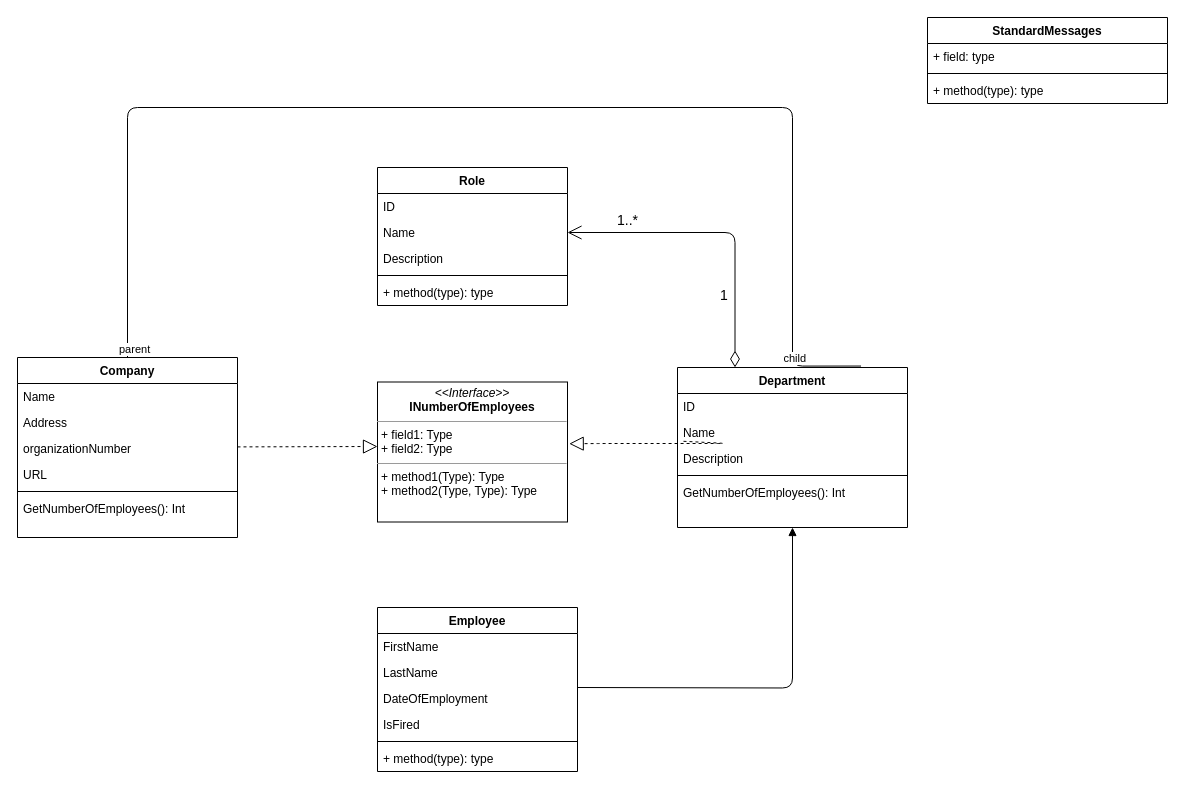
Before: laboration_3/DICE.drawio in philipsinnott/gik2f7_laborationer, a draw.io diagram. Source tidied: cells renumbered, new cells numbered last; positions are measured from the earlier drawing's top-left corner, leaving out a move shared by most shapes. Both pictures are drawn from the tidied source at 100%, with x=0, y=0 at pixel (17, 17).
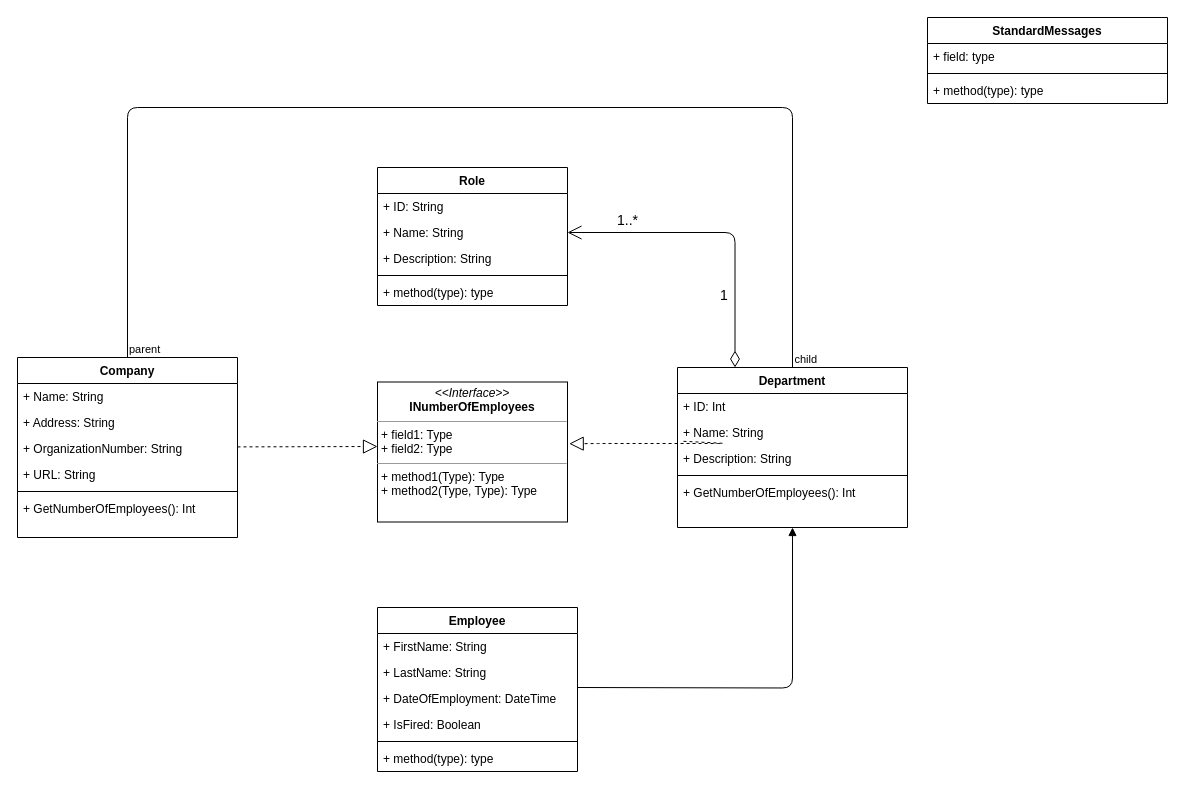
Above is the later version.

Commit message:
Added data types + made all props and methods public as of now

Unchanged cells that the change refers to:
```xml
<mxCell id="2" value="Employee" style="swimlane;fontStyle=1;align=center;verticalAlign=top;horizontal=1;startSize=26;" parent="1" vertex="1">
  <mxGeometry x="360" y="590" width="200" height="164" as="geometry" />
</mxCell>
<mxCell id="9" value="Department&#10;" style="swimlane;fontStyle=1;align=center;verticalAlign=top;horizontal=1;startSize=26;" parent="1" vertex="1">
  <mxGeometry x="660" y="350" width="230" height="160" as="geometry" />
</mxCell>
<mxCell id="15" value="Company" style="swimlane;fontStyle=1;align=center;verticalAlign=top;horizontal=1;startSize=26;" parent="1" vertex="1">
  <mxGeometry y="340" width="220" height="180" as="geometry" />
</mxCell>
<mxCell id="23" value="Role" style="swimlane;fontStyle=1;align=center;verticalAlign=top;horizontal=1;startSize=26;" parent="1" vertex="1">
  <mxGeometry x="360" y="150" width="190" height="138" as="geometry" />
</mxCell>
```

What changed in the source:
```diff
@@
-    <mxCell id="3" value="FirstName" style="text;strokeColor=none;fillColor=none;align=left;verticalAlign=top;spacingLeft=4;spacingRight=4;overflow=hidden;" parent="2" vertex="1">
+    <mxCell id="3" value="+ FirstName: String" style="text;strokeColor=none;fillColor=none;align=left;verticalAlign=top;spacingLeft=4;spacingRight=4;overflow=hidden;" parent="2" vertex="1">
       <mxGeometry y="26" width="200" height="26" as="geometry" />
     </mxCell>
-    <mxCell id="4" value="LastName" style="text;strokeColor=none;fillColor=none;align=left;verticalAlign=top;spacingLeft=4;spacingRight=4;overflow=hidden;" parent="2" vertex="1">
+    <mxCell id="4" value="+ LastName: String" style="text;strokeColor=none;fillColor=none;align=left;verticalAlign=top;spacingLeft=4;spacingRight=4;overflow=hidden;" parent="2" vertex="1">
       <mxGeometry y="52" width="200" height="26" as="geometry" />
     </mxCell>
-    <mxCell id="5" value="DateOfEmployment" style="text;strokeColor=none;fillColor=none;align=left;verticalAlign=top;spacingLeft=4;spacingRight=4;overflow=hidden;" parent="2" vertex="1">
+    <mxCell id="5" value="+ DateOfEmployment: DateTime" style="text;strokeColor=none;fillColor=none;align=left;verticalAlign=top;spacingLeft=4;spacingRight=4;overflow=hidden;" parent="2" vertex="1">
       <mxGeometry y="78" width="200" height="26" as="geometry" />
     </mxCell>
-    <mxCell id="6" value="IsFired" style="text;strokeColor=none;fillColor=none;align=left;verticalAlign=top;spacingLeft=4;spacingRight=4;overflow=hidden;" parent="2" vertex="1">
+    <mxCell id="6" value="+ IsFired: Boolean" style="text;strokeColor=none;fillColor=none;align=left;verticalAlign=top;spacingLeft=4;spacingRight=4;overflow=hidden;" parent="2" vertex="1">
       <mxGeometry y="104" width="200" height="26" as="geometry" />
     </mxCell>
@@
-    <mxCell id="10" value="ID" style="text;strokeColor=none;fillColor=none;align=left;verticalAlign=top;spacingLeft=4;spacingRight=4;overflow=hidden;" parent="9" vertex="1">
+    <mxCell id="10" value="+ ID: Int" style="text;strokeColor=none;fillColor=none;align=left;verticalAlign=top;spacingLeft=4;spacingRight=4;overflow=hidden;" parent="9" vertex="1">
       <mxGeometry y="26" width="230" height="26" as="geometry" />
     </mxCell>
-    <mxCell id="11" value="Name" style="text;strokeColor=none;fillColor=none;align=left;verticalAlign=top;spacingLeft=4;spacingRight=4;overflow=hidden;" parent="9" vertex="1">
+    <mxCell id="11" value="+ Name: String" style="text;strokeColor=none;fillColor=none;align=left;verticalAlign=top;spacingLeft=4;spacingRight=4;overflow=hidden;" parent="9" vertex="1">
       <mxGeometry y="52" width="230" height="26" as="geometry" />
     </mxCell>
-    <mxCell id="12" value="Description" style="text;strokeColor=none;fillColor=none;align=left;verticalAlign=top;spacingLeft=4;spacingRight=4;overflow=hidden;points=[[0,0.5],[1,0.5]];portConstraint=eastwest;" parent="9" vertex="1">
+    <mxCell id="12" value="+ Description: String" style="text;strokeColor=none;fillColor=none;align=left;verticalAlign=top;spacingLeft=4;spacingRight=4;overflow=hidden;points=[[0,0.5],[1,0.5]];portConstraint=eastwest;" parent="9" vertex="1">
       <mxGeometry y="78" width="230" height="26" as="geometry" />
     </mxCell>
@@
-    <mxCell id="14" value="GetNumberOfEmployees(): Int" style="text;strokeColor=none;fillColor=none;align=left;verticalAlign=top;spacingLeft=4;spacingRight=4;overflow=hidden;" parent="9" vertex="1">
+    <mxCell id="14" value="+ GetNumberOfEmployees(): Int" style="text;strokeColor=none;fillColor=none;align=left;verticalAlign=top;spacingLeft=4;spacingRight=4;overflow=hidden;" parent="9" vertex="1">
       <mxGeometry y="112" width="230" height="48" as="geometry" />
     </mxCell>
@@
-    <mxCell id="16" value="Name&#10;" style="text;strokeColor=none;fillColor=none;align=left;verticalAlign=top;spacingLeft=4;spacingRight=4;overflow=hidden;" parent="15" vertex="1">
+    <mxCell id="16" value="+ Name: String&#10;" style="text;strokeColor=none;fillColor=none;align=left;verticalAlign=top;spacingLeft=4;spacingRight=4;overflow=hidden;" parent="15" vertex="1">
       <mxGeometry y="26" width="220" height="26" as="geometry" />
     </mxCell>
-    <mxCell id="17" value="Address" style="text;strokeColor=none;fillColor=none;align=left;verticalAlign=top;spacingLeft=4;spacingRight=4;overflow=hidden;" parent="15" vertex="1">
+    <mxCell id="17" value="+ Address: String" style="text;strokeColor=none;fillColor=none;align=left;verticalAlign=top;spacingLeft=4;spacingRight=4;overflow=hidden;" parent="15" vertex="1">
       <mxGeometry y="52" width="220" height="26" as="geometry" />
     </mxCell>
-    <mxCell id="18" value="organizationNumber" style="text;strokeColor=none;fillColor=none;align=left;verticalAlign=top;spacingLeft=4;spacingRight=4;overflow=hidden;" parent="15" vertex="1">
+    <mxCell id="18" value="+ OrganizationNumber: String" style="text;strokeColor=none;fillColor=none;align=left;verticalAlign=top;spacingLeft=4;spacingRight=4;overflow=hidden;" parent="15" vertex="1">
       <mxGeometry y="78" width="220" height="26" as="geometry" />
     </mxCell>
-    <mxCell id="19" value="URL" style="text;strokeColor=none;fillColor=none;align=left;verticalAlign=top;spacingLeft=4;spacingRight=4;overflow=hidden;" parent="15" vertex="1">
+    <mxCell id="19" value="+ URL: String" style="text;strokeColor=none;fillColor=none;align=left;verticalAlign=top;spacingLeft=4;spacingRight=4;overflow=hidden;" parent="15" vertex="1">
       <mxGeometry y="104" width="220" height="26" as="geometry" />
     </mxCell>
@@
-    <mxCell id="21" value="GetNumberOfEmployees(): Int" style="text;strokeColor=none;fillColor=none;align=left;verticalAlign=top;spacingLeft=4;spacingRight=4;overflow=hidden;" parent="15" vertex="1">
+    <mxCell id="21" value="+ GetNumberOfEmployees(): Int" style="text;strokeColor=none;fillColor=none;align=left;verticalAlign=top;spacingLeft=4;spacingRight=4;overflow=hidden;" parent="15" vertex="1">
       <mxGeometry y="138" width="220" height="42" as="geometry" />
     </mxCell>
@@
-    <mxCell id="24" value="ID" style="text;strokeColor=none;fillColor=none;align=left;verticalAlign=top;spacingLeft=4;spacingRight=4;overflow=hidden;" parent="23" vertex="1">
+    <mxCell id="24" value="+ ID: String" style="text;strokeColor=none;fillColor=none;align=left;verticalAlign=top;spacingLeft=4;spacingRight=4;overflow=hidden;" parent="23" vertex="1">
       <mxGeometry y="26" width="190" height="26" as="geometry" />
     </mxCell>
-    <mxCell id="25" value="Name" style="text;strokeColor=none;fillColor=none;align=left;verticalAlign=top;spacingLeft=4;spacingRight=4;overflow=hidden;points=[[0,0.5],[1,0.5]];portConstraint=eastwest;" parent="23" vertex="1">
+    <mxCell id="25" value="+ Name: String" style="text;strokeColor=none;fillColor=none;align=left;verticalAlign=top;spacingLeft=4;spacingRight=4;overflow=hidden;points=[[0,0.5],[1,0.5]];portConstraint=eastwest;" parent="23" vertex="1">
       <mxGeometry y="52" width="190" height="26" as="geometry" />
     </mxCell>
-    <mxCell id="26" value="Description" style="text;strokeColor=none;fillColor=none;align=left;verticalAlign=top;spacingLeft=4;spacingRight=4;overflow=hidden;" parent="23" vertex="1">
+    <mxCell id="26" value="+ Description: String" style="text;strokeColor=none;fillColor=none;align=left;verticalAlign=top;spacingLeft=4;spacingRight=4;overflow=hidden;" parent="23" vertex="1">
       <mxGeometry y="78" width="190" height="26" as="geometry" />
     </mxCell>
@@
-    <mxCell id="35" style="endArrow=none;html=1;edgeStyle=orthogonalEdgeStyle;entryX=0.798;entryY=-0.009;entryDx=0;entryDy=0;entryPerimeter=0;" parent="1" edge="1" source="15" target="9">
+    <mxCell id="35" style="endArrow=none;html=1;edgeStyle=orthogonalEdgeStyle;" parent="1" edge="1" source="15" target="9">
       <mxGeometry relative="1" as="geometry">
         <Array as="points">
           <mxPoint x="110" y="90" />
           <mxPoint x="775" y="90" />
-          <mxPoint x="775" y="349" />
         </Array>
       </mxGeometry>
     </mxCell>
     <mxCell id="36" value="parent" style="edgeLabel;html=1;align=left;verticalAlign=bottom;" parent="35" vertex="1">
-      <mxGeometry x="-1" relative="1" as="geometry">
-        <mxPoint x="-10" as="offset" />
-      </mxGeometry>
+      <mxGeometry x="-1" relative="1" as="geometry" />
     </mxCell>
     <mxCell id="37" value="child" style="edgeLabel;html=1;align=right;verticalAlign=bottom;" parent="35" vertex="1">
       <mxGeometry x="1" relative="1" as="geometry">
-        <mxPoint x="-54" as="offset" />
+        <mxPoint x="25" as="offset" />
       </mxGeometry>
     </mxCell>
```
